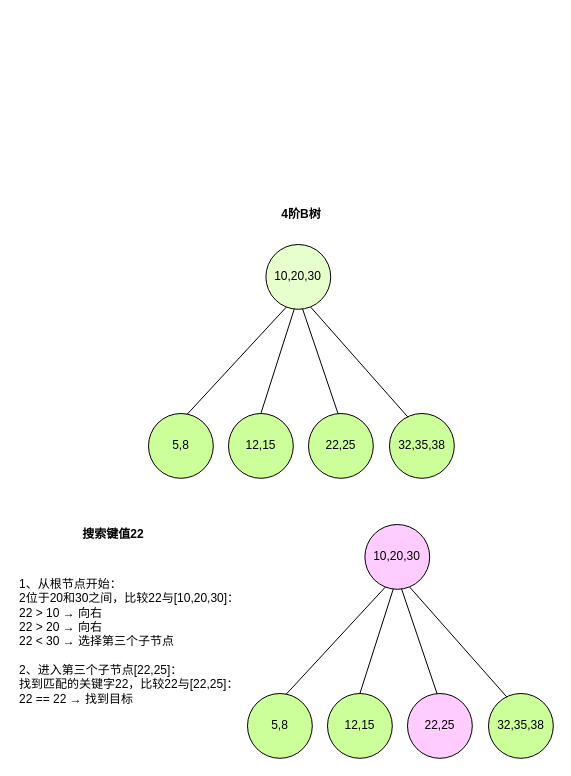
Above: algorithm_diagram/B树搜索.drawio in abigalexy/online_drawing (draw.io), before the change. Source tidied: cells renumbered, new cells numbered last; positions are measured from the earlier drawing's top-left corner, leaving out a move shared by most shapes. Both pictures are drawn from the tidied source at 100%, with x=0, y=0 at pixel (17, 24).
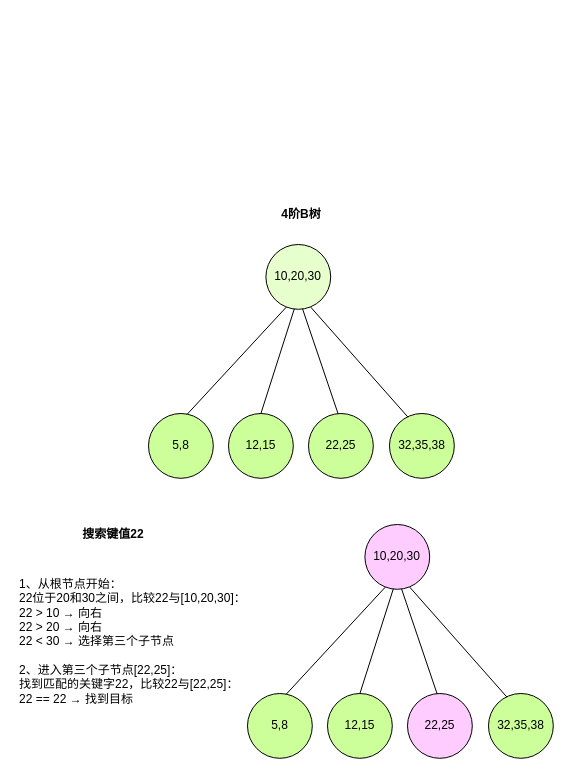
The same page after the edit.

Commit message:
更新B树搜索.drawio

The edit, as a diff of the source:
```diff
@@
-    <mxCell id="15" value="&lt;div&gt;1、从根节点开始：&lt;/div&gt;&lt;div&gt;2位于20和30之间，比较22与[10,20,30]：&lt;/div&gt;&lt;div&gt;22 &amp;gt; 10 → 向右&lt;/div&gt;&lt;div&gt;22 &amp;gt; 20 → 向右&lt;/div&gt;&lt;div&gt;22 &amp;lt; 30 → 选择第三个子节点&lt;/div&gt;&lt;div&gt;&lt;br&gt;&lt;/div&gt;&lt;div&gt;2、进入第三个子节点[22,25]：&lt;/div&gt;&lt;div&gt;找到匹配的关键字22，比较22与[22,25]：&lt;/div&gt;&lt;div&gt;22 == 22 → 找到目标&lt;/div&gt;" style="text;strokeColor=none;align=left;fillColor=none;html=1;verticalAlign=middle;whiteSpace=wrap;rounded=0;" parent="1" vertex="1">
+    <mxCell id="15" value="&lt;div&gt;1、从根节点开始：&lt;/div&gt;&lt;div&gt;22位于20和30之间，比较22与[10,20,30]：&lt;/div&gt;&lt;div&gt;22 &amp;gt; 10 → 向右&lt;/div&gt;&lt;div&gt;22 &amp;gt; 20 → 向右&lt;/div&gt;&lt;div&gt;22 &amp;lt; 30 → 选择第三个子节点&lt;/div&gt;&lt;div&gt;&lt;br&gt;&lt;/div&gt;&lt;div&gt;2、进入第三个子节点[22,25]：&lt;/div&gt;&lt;div&gt;找到匹配的关键字22，比较22与[22,25]：&lt;/div&gt;&lt;div&gt;22 == 22 → 找到目标&lt;/div&gt;" style="text;strokeColor=none;align=left;fillColor=none;html=1;verticalAlign=middle;whiteSpace=wrap;rounded=0;" parent="1" vertex="1">
       <mxGeometry y="551.9" width="230" height="130" as="geometry" />
     </mxCell>
```
